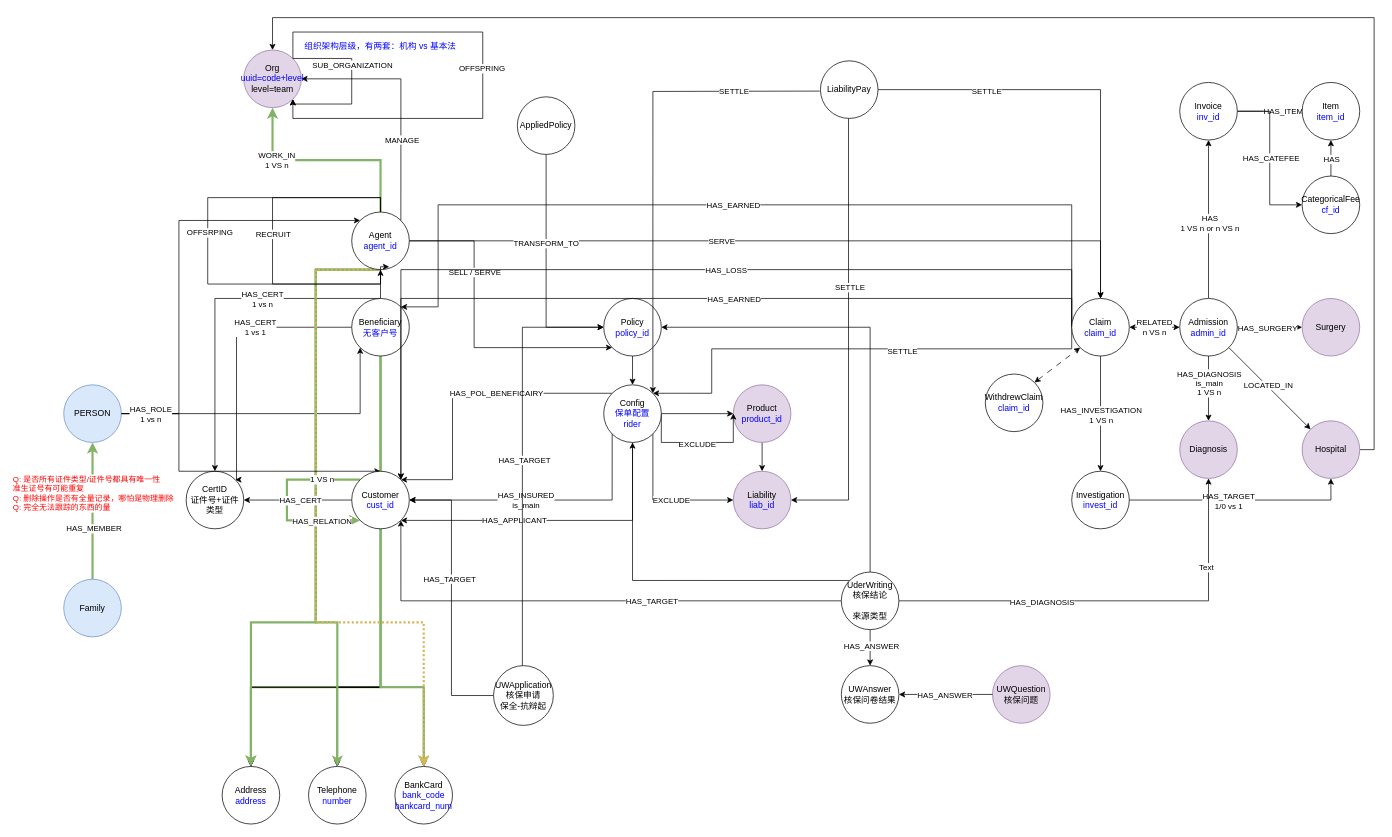
Before: page "V1.3" (5 of 5) of 友邦/图拓扑设计.drawio in XiaoLiuAI/diagrams, a draw.io diagram. Source tidied: cells renumbered, new cells numbered last; positions are measured from the earlier drawing's top-left corner, leaving out a move shared by most shapes. Both pictures are drawn from the tidied source at 72%, with x=0, y=0 at pixel (63, 17).
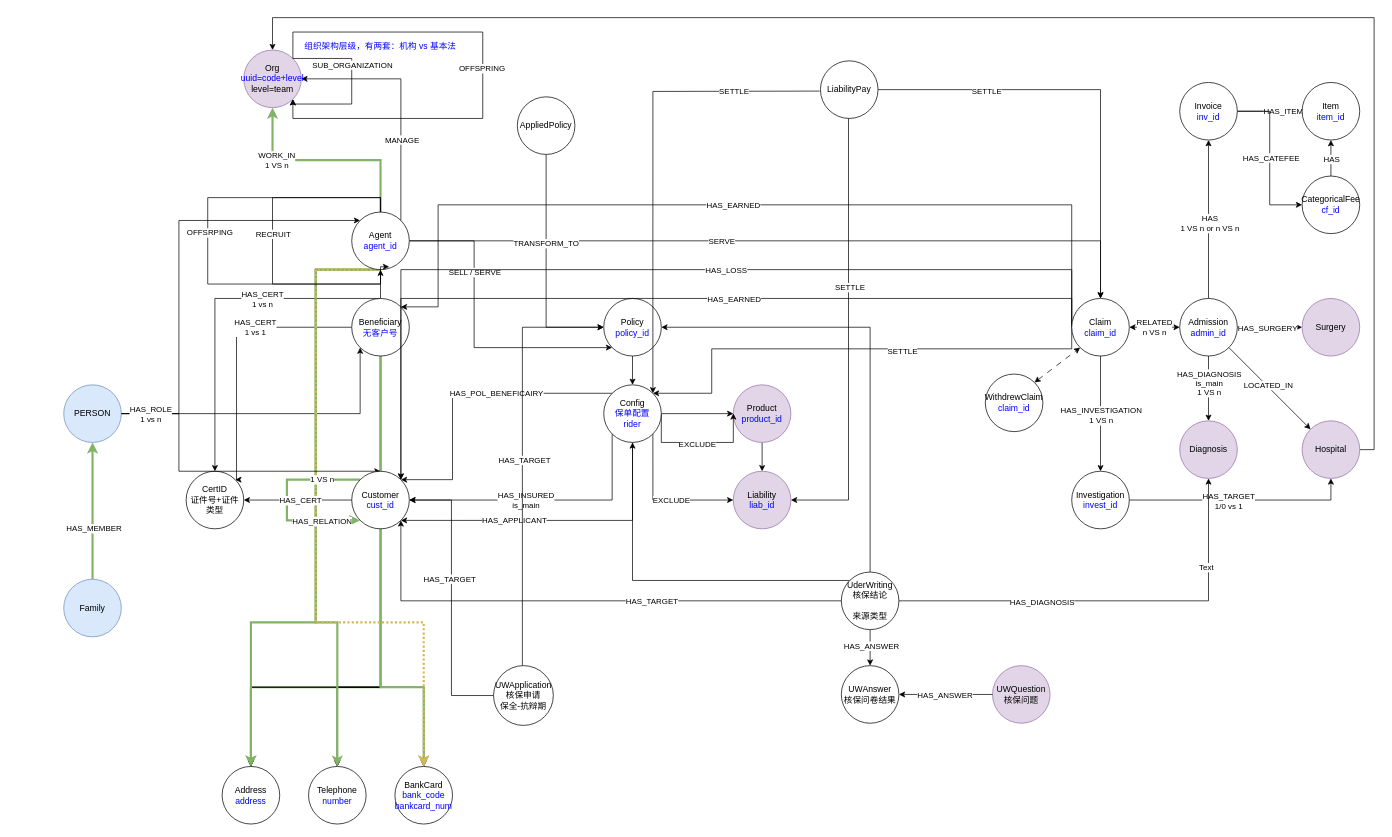
Above is the later version.

Commit message:
更新图拓扑设计.drawio

Change to the diagram source:
```diff
@@
-    <mxCell id="106" value="&lt;div style=&quot;text-align: left;&quot;&gt;Q: 是否所有证件类型/证件号都具有唯一性&lt;br&gt;&lt;/div&gt;&lt;div style=&quot;text-align: left;&quot;&gt;准生证号有可能重复&lt;/div&gt;&lt;div style=&quot;text-align: left;&quot;&gt;Q: 删除操作是否有全量记录，哪怕是物理删除&lt;/div&gt;&lt;div style=&quot;text-align: left;&quot;&gt;Q: 完全无法跟踪的东西的量&lt;/div&gt;" style="edgeLabel;html=1;align=center;verticalAlign=middle;fontColor=#FF0000;" parent="1" vertex="1">
-      <mxGeometry x="40" y="660" as="geometry" />
-    </mxCell>
@@
-    <mxCell id="138" value="UWApplication&lt;br&gt;核保申请&lt;br&gt;保全-抗辩起" style="ellipse;whiteSpace=wrap;html=1;" parent="1" vertex="1">
+    <mxCell id="138" value="UWApplication&lt;br&gt;核保申请&lt;br&gt;保全-抗辩期" style="ellipse;whiteSpace=wrap;html=1;" parent="1" vertex="1">
       <mxGeometry x="597" y="900" width="83" height="83" as="geometry" />
     </mxCell>
```
